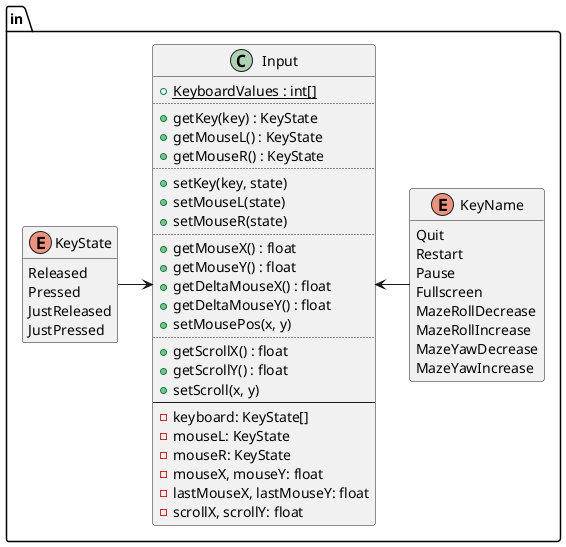
ba6er/marblemaze keeps this PlantUML diagram as design/in.png. Above is the earlier version.
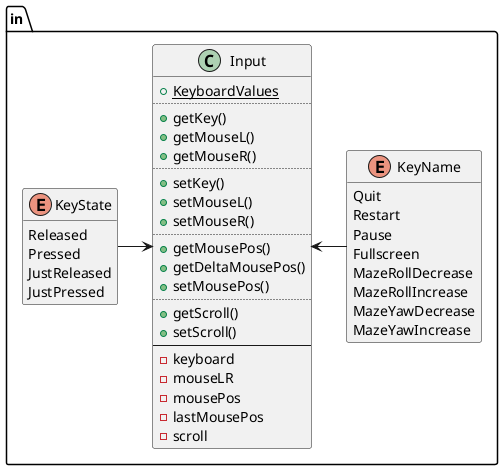
Later version of the same file.

The edit, as a diff of the source:
```diff
@@ -22,32 +22,28 @@
 hide KeyName methods
 
 class in::Input {
-	{static} +KeyboardValues : int[]
+	{static} +KeyboardValues
 	..
-	+getKey(key) : KeyState
-	+getMouseL() : KeyState
-	+getMouseR() : KeyState
+	+getKey()
+	+getMouseL()
+	+getMouseR()
 	..
-	+setKey(key, state)
-	+setMouseL(state)
-	+setMouseR(state)
+	+setKey()
+	+setMouseL()
+	+setMouseR()
 	..
-	+getMouseX() : float
-	+getMouseY() : float
-	+getDeltaMouseX() : float
-	+getDeltaMouseY() : float
-	+setMousePos(x, y)
+	+getMousePos()
+	+getDeltaMousePos()
+	+setMousePos()
 	..
-	+getScrollX() : float
-	+getScrollY() : float
-	+setScroll(x, y)
+	+getScroll()
+	+setScroll()
 	--
-	-keyboard: KeyState[]
-	-mouseL: KeyState
-	-mouseR: KeyState
-	-mouseX, mouseY: float
-	-lastMouseX, lastMouseY: float
-	-scrollX, scrollY: float
+	-keyboard
+	-mouseLR
+	-mousePos
+	-lastMousePos
+	-scroll
 }
 
 Input <-left- KeyState
```
